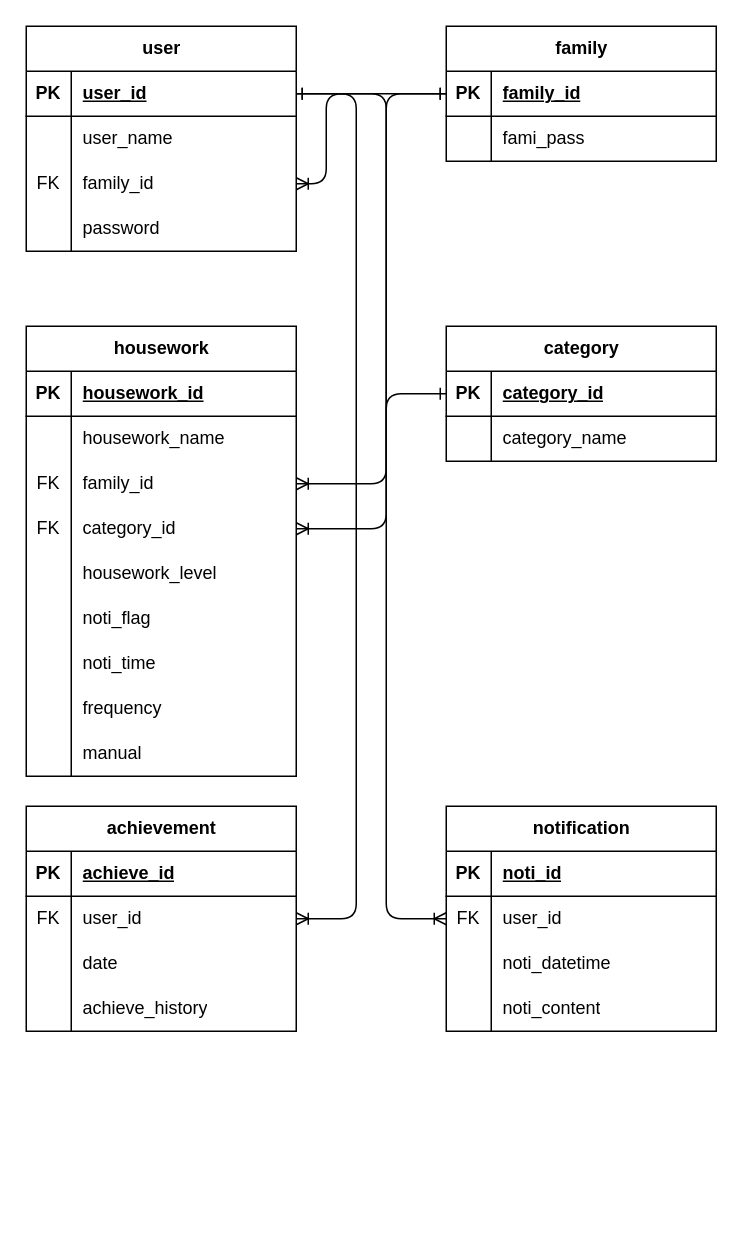
plusdojo2025/E1 keeps this draw.io diagram as documents/e_r.drawio. Above is the earlier version. Source tidied: cells renumbered, new cells numbered last; positions are measured from the earlier drawing's top-left corner, leaving out a move shared by most shapes. Both pictures are drawn from the tidied source at 150%, with x=0, y=0 at pixel (26, 26).
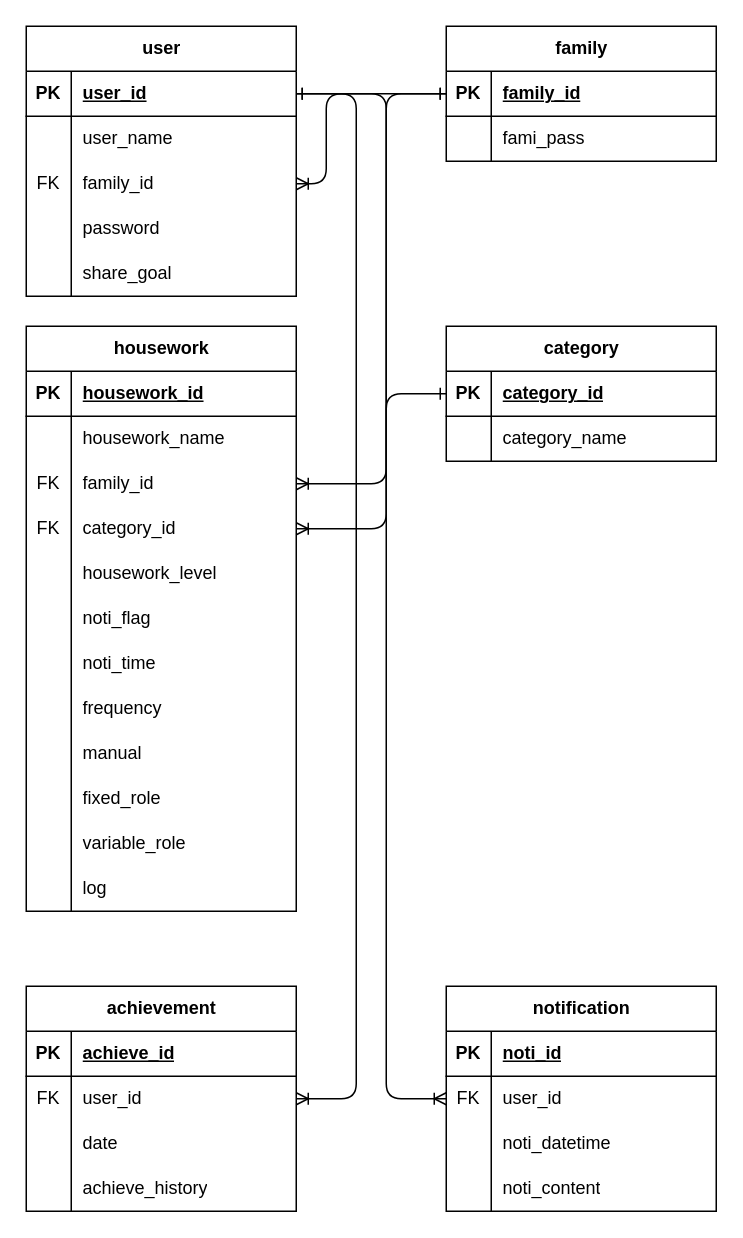
After the change.

Commit message:
データベース設計変更に伴うE-R図修正

The change refers to these unchanged cells:
```xml
<mxCell id="3" style="shape=tableRow;horizontal=0;startSize=0;swimlaneHead=0;swimlaneBody=0;fillColor=none;points=[[0,0.5],[1,0.5]];portConstraint=eastwest;top=0;left=0;right=0;bottom=1;" parent="2" vertex="1">
  <mxGeometry y="30" width="180" height="30" as="geometry" />
</mxCell>
<mxCell id="62" style="shape=tableRow;horizontal=0;startSize=0;swimlaneHead=0;swimlaneBody=0;fillColor=none;points=[[0,0.5],[1,0.5]];portConstraint=eastwest;top=0;left=0;right=0;bottom=0;" parent="58" vertex="1">
  <mxGeometry y="60" width="180" height="30" as="geometry" />
</mxCell>
<mxCell id="75" style="shape=tableRow;horizontal=0;startSize=0;swimlaneHead=0;swimlaneBody=0;fillColor=none;points=[[0,0.5],[1,0.5]];portConstraint=eastwest;top=0;left=0;right=0;bottom=0;" parent="71" vertex="1">
  <mxGeometry y="60" width="180" height="30" as="geometry" />
</mxCell>
```

Change to the diagram source:
```diff
@@
     <mxCell id="2" value="user" style="shape=table;startSize=30;childLayout=tableLayout;rowLines=0;fontStyle=1;align=center;html=1;" parent="1" vertex="1">
-      <mxGeometry width="180" height="150" as="geometry" />
+      <mxGeometry width="180" height="180" as="geometry" />
     </mxCell>
@@
+    <mxCell id="88" style="shape=tableRow;horizontal=0;startSize=0;swimlaneHead=0;swimlaneBody=0;fillColor=none;top=0;left=0;right=0;bottom=0;" parent="2" vertex="1">
+      <mxGeometry y="150" width="180" height="30" as="geometry" />
+    </mxCell>
+    <mxCell id="89" style="shape=partialRectangle;fillColor=none;top=0;left=0;bottom=0;right=0;overflow=hidden;whiteSpace=wrap;html=1;" parent="88" vertex="1">
+      <mxGeometry width="30" height="30" as="geometry" />
+    </mxCell>
+    <mxCell id="90" value="share_goal" style="shape=partialRectangle;fillColor=none;top=0;left=0;bottom=0;right=0;align=left;spacingLeft=6;overflow=hidden;whiteSpace=wrap;html=1;" parent="88" vertex="1">
+      <mxGeometry x="30" width="150" height="30" as="geometry" />
+    </mxCell>
@@
     <mxCell id="23" value="housework" style="shape=table;startSize=30;childLayout=tableLayout;rowLines=0;fontStyle=1;align=center;html=1;" parent="1" vertex="1">
-      <mxGeometry y="200" width="180" height="300" as="geometry" />
+      <mxGeometry y="200" width="180" height="390" as="geometry" />
     </mxCell>
@@
+    <mxCell id="91" style="shape=tableRow;horizontal=0;startSize=0;swimlaneHead=0;swimlaneBody=0;fillColor=none;top=0;left=0;right=0;bottom=0;" parent="23" vertex="1">
+      <mxGeometry y="300" width="180" height="30" as="geometry" />
+    </mxCell>
+    <mxCell id="92" style="shape=partialRectangle;fillColor=none;top=0;left=0;bottom=0;right=0;overflow=hidden;whiteSpace=wrap;html=1;" parent="91" vertex="1">
+      <mxGeometry width="30" height="30" as="geometry" />
+    </mxCell>
+    <mxCell id="93" value="fixed_role" style="shape=partialRectangle;fillColor=none;top=0;left=0;bottom=0;right=0;align=left;spacingLeft=6;overflow=hidden;whiteSpace=wrap;html=1;" parent="91" vertex="1">
+      <mxGeometry x="30" width="150" height="30" as="geometry" />
+    </mxCell>
+    <mxCell id="94" style="shape=tableRow;horizontal=0;startSize=0;swimlaneHead=0;swimlaneBody=0;fillColor=none;top=0;left=0;right=0;bottom=0;" parent="23" vertex="1">
+      <mxGeometry y="330" width="180" height="30" as="geometry" />
+    </mxCell>
+    <mxCell id="95" style="shape=partialRectangle;fillColor=none;top=0;left=0;bottom=0;right=0;overflow=hidden;whiteSpace=wrap;html=1;" parent="94" vertex="1">
+      <mxGeometry width="30" height="30" as="geometry" />
+    </mxCell>
+    <mxCell id="96" value="variable_role" style="shape=partialRectangle;fillColor=none;top=0;left=0;bottom=0;right=0;align=left;spacingLeft=6;overflow=hidden;whiteSpace=wrap;html=1;" parent="94" vertex="1">
+      <mxGeometry x="30" width="150" height="30" as="geometry" />
+    </mxCell>
+    <mxCell id="97" style="shape=tableRow;horizontal=0;startSize=0;swimlaneHead=0;swimlaneBody=0;fillColor=none;top=0;left=0;right=0;bottom=0;" parent="23" vertex="1">
+      <mxGeometry y="360" width="180" height="30" as="geometry" />
+    </mxCell>
+    <mxCell id="98" style="shape=partialRectangle;fillColor=none;top=0;left=0;bottom=0;right=0;overflow=hidden;whiteSpace=wrap;html=1;" parent="97" vertex="1">
+      <mxGeometry width="30" height="30" as="geometry" />
+    </mxCell>
+    <mxCell id="99" value="log" style="shape=partialRectangle;fillColor=none;top=0;left=0;bottom=0;right=0;align=left;spacingLeft=6;overflow=hidden;whiteSpace=wrap;html=1;" parent="97" vertex="1">
+      <mxGeometry x="30" width="150" height="30" as="geometry" />
+    </mxCell>
@@
     <mxCell id="58" value="notification" style="shape=table;startSize=30;childLayout=tableLayout;rowLines=0;fontStyle=1;align=center;html=1;" parent="1" vertex="1">
-      <mxGeometry x="280" y="520" width="180" height="150" as="geometry" />
+      <mxGeometry x="280" y="640" width="180" height="150" as="geometry" />
     </mxCell>
@@
     <mxCell id="71" value="achievement" style="shape=table;startSize=30;childLayout=tableLayout;rowLines=0;fontStyle=1;align=center;html=1;" parent="1" vertex="1">
-      <mxGeometry y="520" width="180" height="150" as="geometry" />
+      <mxGeometry y="640" width="180" height="150" as="geometry" />
     </mxCell>
@@
     <mxCell id="86" style="edgeStyle=none;html=1;exitX=1;exitY=0.5;exitDx=0;exitDy=0;entryX=1;entryY=0.5;entryDx=0;entryDy=0;startArrow=ERone;startFill=0;endArrow=ERoneToMany;endFill=0;" parent="1" edge="1" source="3" target="75">
       <mxGeometry relative="1" as="geometry">
         <Array as="points">
           <mxPoint x="220" y="45" />
           <mxPoint x="220" y="320" />
-          <mxPoint x="220" y="595" />
+          <mxPoint x="220" y="715" />
         </Array>
       </mxGeometry>
     </mxCell>
-    <mxCell id="87" style="edgeStyle=none;html=1;exitX=1;exitY=0.5;exitDx=0;exitDy=0;startArrow=ERone;startFill=0;endArrow=ERoneToMany;endFill=0;" parent="1" edge="1" source="3" target="62">
+    <mxCell id="87" style="edgeStyle=none;html=1;exitX=1;exitY=0.5;exitDx=0;exitDy=0;startArrow=ERone;startFill=0;endArrow=ERoneToMany;endFill=0;entryX=0;entryY=0.5;entryDx=0;entryDy=0;" parent="1" edge="1" source="3" target="62">
       <mxGeometry relative="1" as="geometry">
         <Array as="points">
           <mxPoint x="240" y="45" />
-          <mxPoint x="240" y="595" />
+          <mxPoint x="240" y="715" />
         </Array>
       </mxGeometry>
     </mxCell>
```
